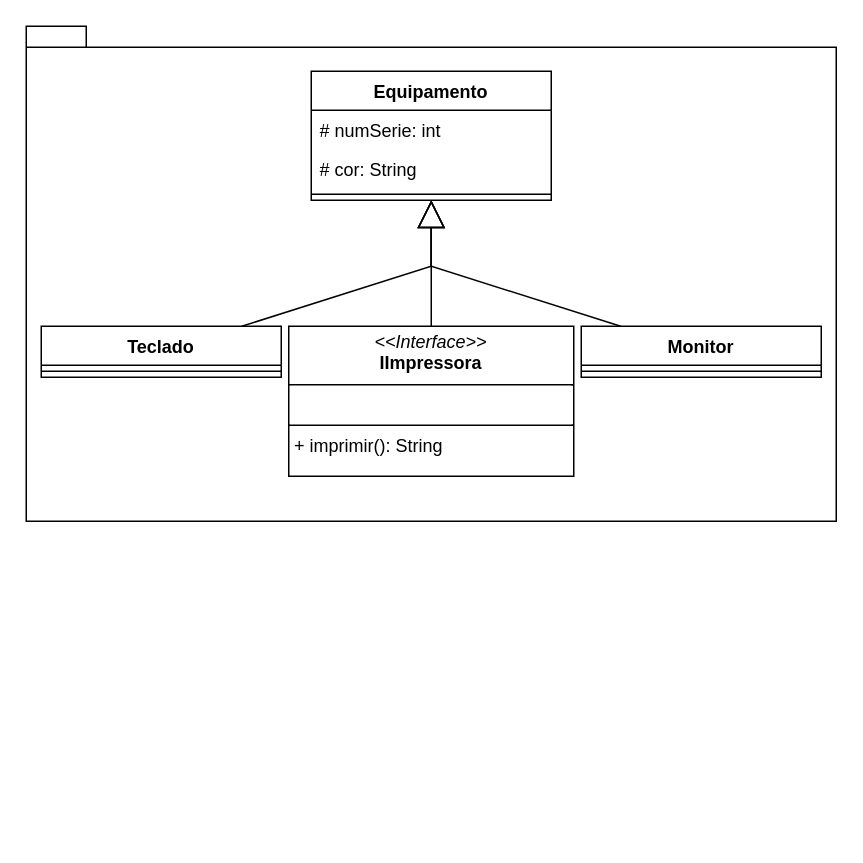
Before: dao.drawio in RebecaVieiraM/Diagramas, a draw.io diagram. Source tidied: cells renumbered, new cells numbered last; positions are measured from the earlier drawing's top-left corner, leaving out a move shared by most shapes. Both pictures are drawn from the tidied source at 150%, with x=0, y=0 at pixel (26, 26).
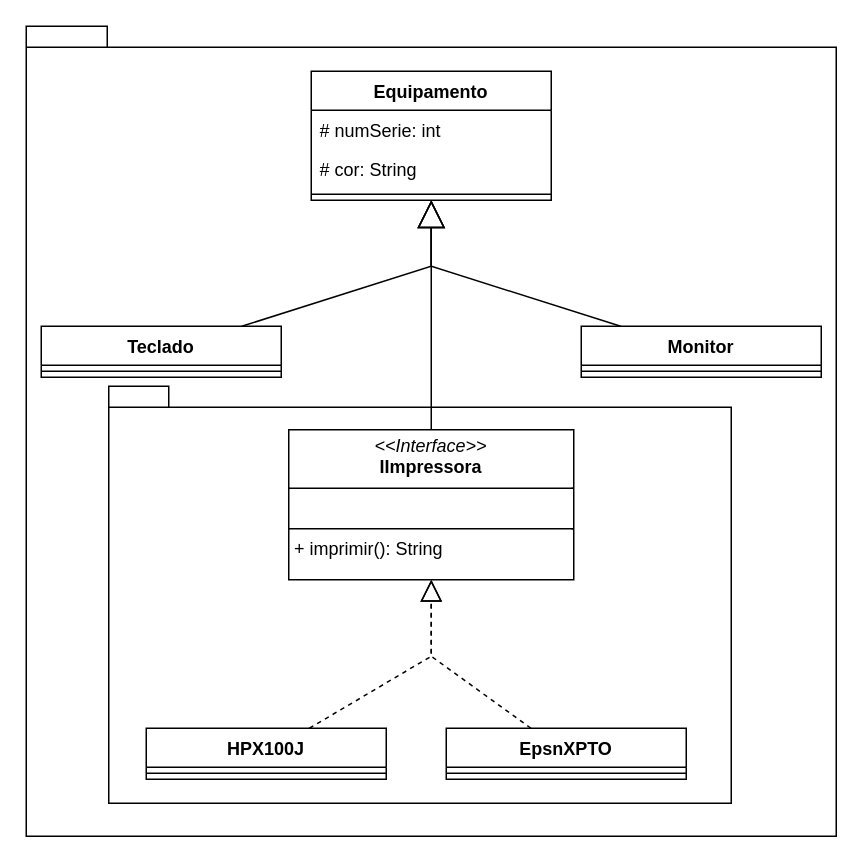
After the change.

Change to the diagram source:
```diff
@@
     <mxCell id="2" style="shape=folder;fontStyle=1;spacingTop=10;tabWidth=40;tabHeight=14;tabPosition=left;html=1;whiteSpace=wrap;" parent="1" vertex="1">
-      <mxGeometry width="540" height="330" as="geometry" />
+      <mxGeometry width="540" height="540" as="geometry" />
     </mxCell>
+    <mxCell id="15" style="shape=folder;fontStyle=1;spacingTop=10;tabWidth=40;tabHeight=14;tabPosition=left;html=1;whiteSpace=wrap;" parent="1" vertex="1">
+      <mxGeometry x="55" y="240" width="415" height="278" as="geometry" />
+    </mxCell>
@@
     <mxCell id="14" value="&lt;p style=&quot;margin:0px;margin-top:4px;text-align:center;&quot;&gt;&lt;i&gt;&amp;lt;&amp;lt;Interface&amp;gt;&amp;gt;&lt;/i&gt;&lt;br&gt;&lt;b&gt;IImpressora&lt;/b&gt;&lt;/p&gt;&lt;hr size=&quot;1&quot; style=&quot;border-style:solid;&quot;&gt;&lt;p style=&quot;margin:0px;margin-left:4px;&quot;&gt;&lt;br&gt;&lt;/p&gt;&lt;hr size=&quot;1&quot; style=&quot;border-style:solid;&quot;&gt;&lt;p style=&quot;margin:0px;margin-left:4px;&quot;&gt;+ imprimir(): String&lt;br&gt;&lt;br&gt;&lt;/p&gt;" style="verticalAlign=top;align=left;overflow=fill;html=1;whiteSpace=wrap;" parent="1" vertex="1">
-      <mxGeometry x="175" y="200" width="190" height="100" as="geometry" />
+      <mxGeometry x="175" y="269" width="190" height="100" as="geometry" />
     </mxCell>
+    <mxCell id="16" value="HPX100J" style="swimlane;fontStyle=1;align=center;verticalAlign=top;horizontal=1;startSize=26;whiteSpace=wrap;html=1;" parent="1" vertex="1">
+      <mxGeometry x="80" y="468" width="160" height="34" as="geometry" />
+    </mxCell>
+    <mxCell id="17" style="line;strokeWidth=1;fillColor=none;align=left;verticalAlign=middle;spacingTop=-1;spacingLeft=3;spacingRight=3;labelPosition=right;strokeColor=inherit;" parent="16" vertex="1">
+      <mxGeometry y="26" width="160" height="8" as="geometry" />
+    </mxCell>
+    <mxCell id="18" value="EpsnXPTO" style="swimlane;fontStyle=1;align=center;verticalAlign=top;horizontal=1;startSize=26;whiteSpace=wrap;html=1;" parent="1" vertex="1">
+      <mxGeometry x="280" y="468" width="160" height="34" as="geometry" />
+    </mxCell>
+    <mxCell id="19" style="line;strokeWidth=1;fillColor=none;align=left;verticalAlign=middle;spacingTop=-1;spacingLeft=3;spacingRight=3;labelPosition=right;strokeColor=inherit;" parent="18" vertex="1">
+      <mxGeometry y="26" width="160" height="8" as="geometry" />
+    </mxCell>
+    <mxCell id="20" style="endArrow=block;dashed=1;endFill=0;endSize=12;html=1;rounded=0;" parent="1" edge="1" source="16" target="14">
+      <mxGeometry relative="1" as="geometry">
+        <Array as="points">
+          <mxPoint x="270" y="420" />
+        </Array>
+      </mxGeometry>
+    </mxCell>
+    <mxCell id="21" style="endArrow=block;dashed=1;endFill=0;endSize=12;html=1;rounded=0;" parent="1" edge="1" source="18" target="14">
+      <mxGeometry relative="1" as="geometry">
+        <Array as="points">
+          <mxPoint x="270" y="420" />
+        </Array>
+      </mxGeometry>
+    </mxCell>
```
